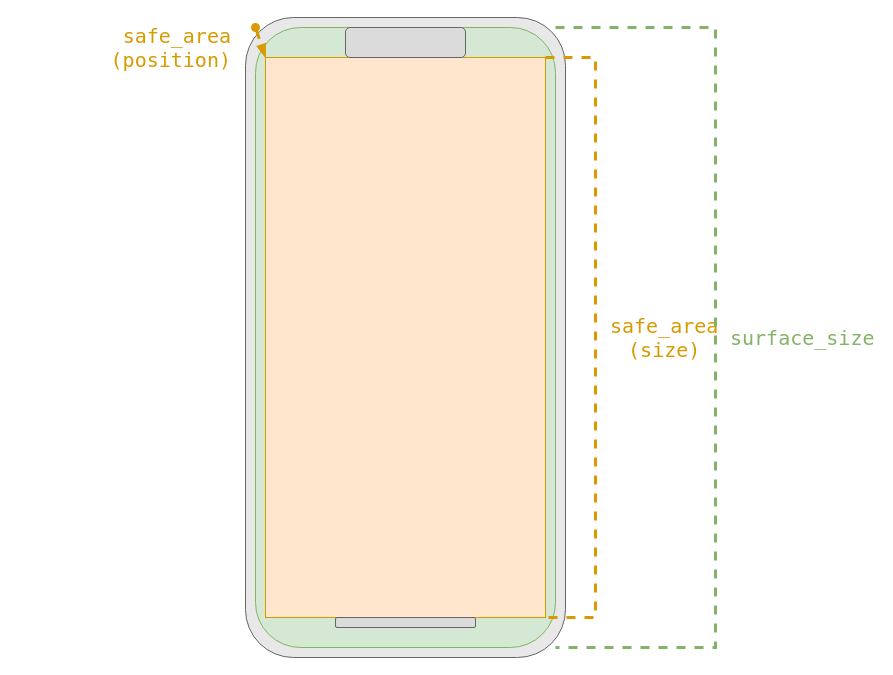
This is page "mobile" (2 of 2) of docs/res/coordinate-systems.drawio from rust-windowing/winit, a draw.io file, before an edit. Source tidied: cells renumbered, new cells numbered last; positions are measured from the earlier drawing's top-left corner, leaving out a move shared by most shapes. Both pictures are drawn from the tidied source at 100%, with x=0, y=0 at pixel (245, 17).
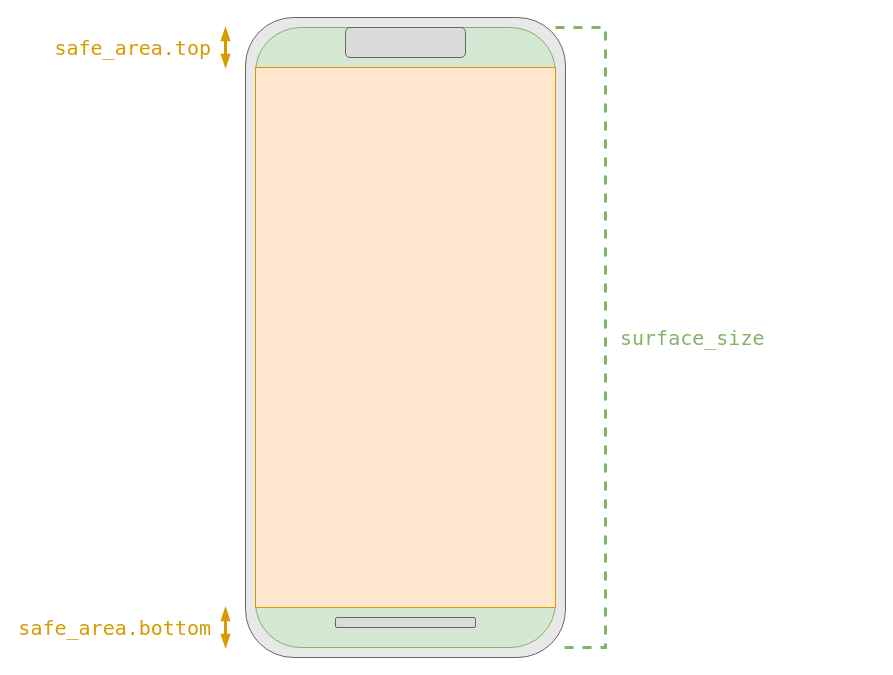
The same page after the edit.

Commit message (it also covers changes not shown here):
Update mobile diagram

Change to the diagram source:
```diff
@@
 <mxGraphModel>
   <root>
     <mxCell id="0" />
     <mxCell id="1" parent="0" />
     <mxCell id="2" style="rounded=1;whiteSpace=wrap;html=1;fillColor=#E8E8E8;fontColor=#333333;strokeColor=#666666;" parent="1" vertex="1">
       <mxGeometry width="320" height="640" as="geometry" />
     </mxCell>
     <mxCell id="3" style="rounded=1;whiteSpace=wrap;html=1;shadow=0;fillColor=#d5e8d4;strokeColor=#82b366;" parent="1" vertex="1">
       <mxGeometry x="10" y="10" width="300" height="620" as="geometry" />
     </mxCell>
     <mxCell id="4" style="rounded=0;whiteSpace=wrap;html=1;shadow=0;fillColor=#ffe6cc;strokeColor=#d79b00;" parent="1" vertex="1">
-      <mxGeometry x="20" y="40" width="280" height="560" as="geometry" />
+      <mxGeometry x="10" y="50" width="300" height="540" as="geometry" />
     </mxCell>
     <mxCell id="5" style="rounded=1;whiteSpace=wrap;html=1;fillColor=#DBDBDB;strokeColor=#666666;fontColor=#333333;" parent="1" vertex="1">
       <mxGeometry x="90" y="600" width="140" height="10" as="geometry" />
     </mxCell>
     <mxCell id="6" style="rounded=1;whiteSpace=wrap;html=1;fillColor=#DBDBDB;strokeColor=#666666;fontColor=#333333;" parent="1" vertex="1">
       <mxGeometry x="100" y="10" width="120" height="30" as="geometry" />
     </mxCell>
-    <mxCell id="7" value="&lt;div&gt;safe_area&lt;/div&gt;&lt;div align=&quot;center&quot;&gt;(size)&lt;/div&gt;" style="endArrow=none;html=1;strokeWidth=3;rounded=0;dashed=1;align=left;fontSize=20;fontFamily=monospace;fontColor=#D79B00;labelBackgroundColor=none;spacingLeft=15;spacingRight=15;spacing=0;fillColor=#ffe6cc;strokeColor=#d79b00;exitX=1;exitY=0;exitDx=0;exitDy=0;" parent="1" edge="1" source="4">
-      <mxGeometry relative="1" as="geometry">
-        <mxPoint x="300" y="600" as="targetPoint" />
-        <Array as="points">
-          <mxPoint x="350" y="40" />
-          <mxPoint x="350" y="600" />
-        </Array>
-      </mxGeometry>
-    </mxCell>
     <mxCell id="8" value="&lt;font&gt;surface_size&lt;/font&gt;" style="endArrow=none;html=1;strokeWidth=3;rounded=0;dashed=1;align=left;fontSize=20;fontFamily=monospace;fontColor=#82B366;labelBackgroundColor=none;spacingLeft=15;spacingRight=15;spacing=0;fillColor=#d5e8d4;strokeColor=#82b366;exitX=1;exitY=0;exitDx=0;exitDy=0;" parent="1" edge="1" source="3">
       <mxGeometry relative="1" as="geometry">
         <mxPoint x="310" y="630" as="targetPoint" />
         <Array as="points">
-          <mxPoint x="470" y="10" />
-          <mxPoint x="470" y="630" />
+          <mxPoint x="360" y="10" />
+          <mxPoint x="360" y="630" />
         </Array>
       </mxGeometry>
     </mxCell>
-    <mxCell id="9" value="&lt;div&gt;safe_area&lt;/div&gt;&lt;div align=&quot;center&quot;&gt;(position)&lt;/div&gt;" style="endArrow=blockThin;html=1;strokeWidth=3;rounded=0;dashed=1;align=right;fontSize=20;fontFamily=monospace;fontColor=#D79B00;labelBackgroundColor=none;spacingLeft=0;spacingRight=15;spacing=0;fillColor=#ffe6cc;strokeColor=#d79b00;entryX=0;entryY=0;entryDx=0;entryDy=0;startArrow=oval;startFill=1;endFill=1;" parent="1" edge="1" target="4">
-      <mxGeometry y="-16" relative="1" as="geometry">
-        <mxPoint x="10" y="10" as="sourcePoint" />
-      </mxGeometry>
-    </mxCell>
+    <mxCell id="10" value="&lt;div&gt;safe_area.top&lt;/div&gt;" style="endArrow=blockThin;html=1;strokeWidth=3;rounded=0;align=right;fontSize=20;fontFamily=monospace;fontColor=#D79B00;labelBackgroundColor=none;spacingLeft=0;spacingRight=15;spacing=0;fillColor=#ffe6cc;strokeColor=#d79b00;startArrow=blockThin;startFill=1;endFill=1;" parent="1" edge="1">
+      <mxGeometry relative="1" as="geometry">
+        <mxPoint x="-20" y="10" as="sourcePoint" />
+        <mxPoint x="-20" y="50" as="targetPoint" />
+      </mxGeometry>
+    </mxCell>
+    <mxCell id="11" value="&lt;div&gt;safe_area.bottom&lt;/div&gt;" style="endArrow=blockThin;html=1;strokeWidth=3;rounded=0;align=right;fontSize=20;fontFamily=monospace;fontColor=#D79B00;labelBackgroundColor=none;spacingLeft=0;spacingRight=15;spacing=0;fillColor=#ffe6cc;strokeColor=#d79b00;startArrow=blockThin;startFill=1;endFill=1;" parent="1" edge="1">
+      <mxGeometry relative="1" as="geometry">
+        <mxPoint x="-20" y="630" as="sourcePoint" />
+        <mxPoint x="-20" y="590" as="targetPoint" />
+      </mxGeometry>
+    </mxCell>
   </root>
 </mxGraphModel>
```
